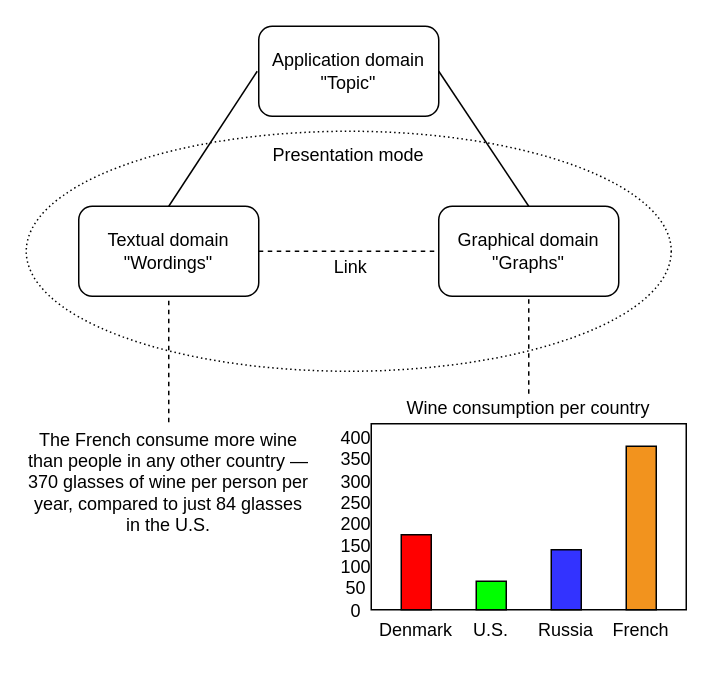
Earlier version of the draw.io diagram domain_with_examples.drawio (Mikevanlenthe/Master-thesis). Source tidied: cells renumbered, new cells numbered last; positions are measured from the earlier drawing's top-left corner, leaving out a move shared by most shapes. Both pictures are drawn from the tidied source at 150%, with x=0, y=0 at pixel (26, 26).
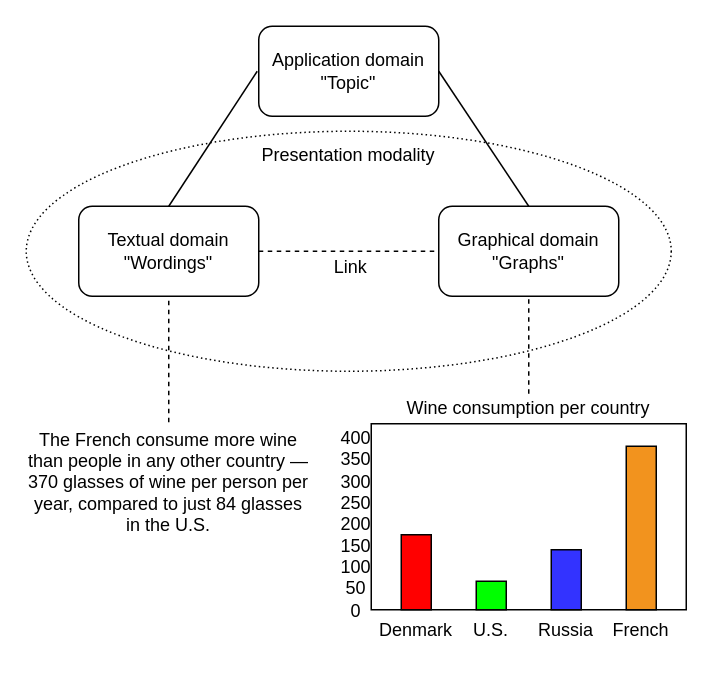
The same diagram, later.

Change to the diagram source:
```diff
@@
-    <mxCell id="3" value="Presentation mode&lt;br&gt;&lt;br&gt;&lt;br&gt;&lt;br&gt;&lt;br&gt;&lt;br&gt;&lt;br&gt;&lt;br&gt;&lt;br&gt;&lt;br&gt;" style="ellipse;whiteSpace=wrap;html=1;shadow=0;dashed=1;dashPattern=1 2;" parent="1" vertex="1">
+    <mxCell id="3" value="Presentation modality&lt;br&gt;&lt;br&gt;&lt;br&gt;&lt;br&gt;&lt;br&gt;&lt;br&gt;&lt;br&gt;&lt;br&gt;&lt;br&gt;&lt;br&gt;" style="ellipse;whiteSpace=wrap;html=1;shadow=0;dashed=1;dashPattern=1 2;" parent="1" vertex="1">
       <mxGeometry y="70" width="430" height="160" as="geometry" />
     </mxCell>
```
